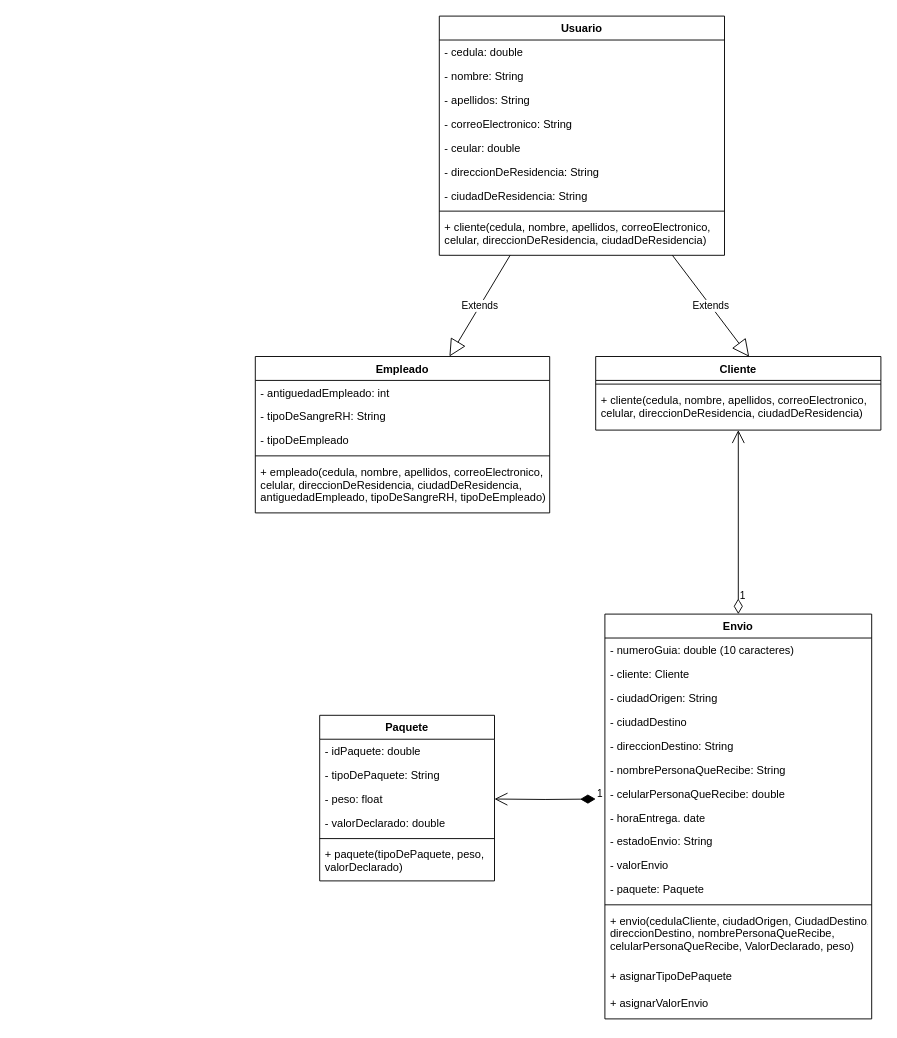
Before: src/FinalUML.drawio in dianaperezdv/FinalProjectMakaia, a draw.io diagram. Source tidied: cells renumbered, new cells numbered last; positions are measured from the earlier drawing's top-left corner, leaving out a move shared by most shapes. Both pictures are drawn from the tidied source at 92%, with x=0, y=0 at pixel (255, 16).
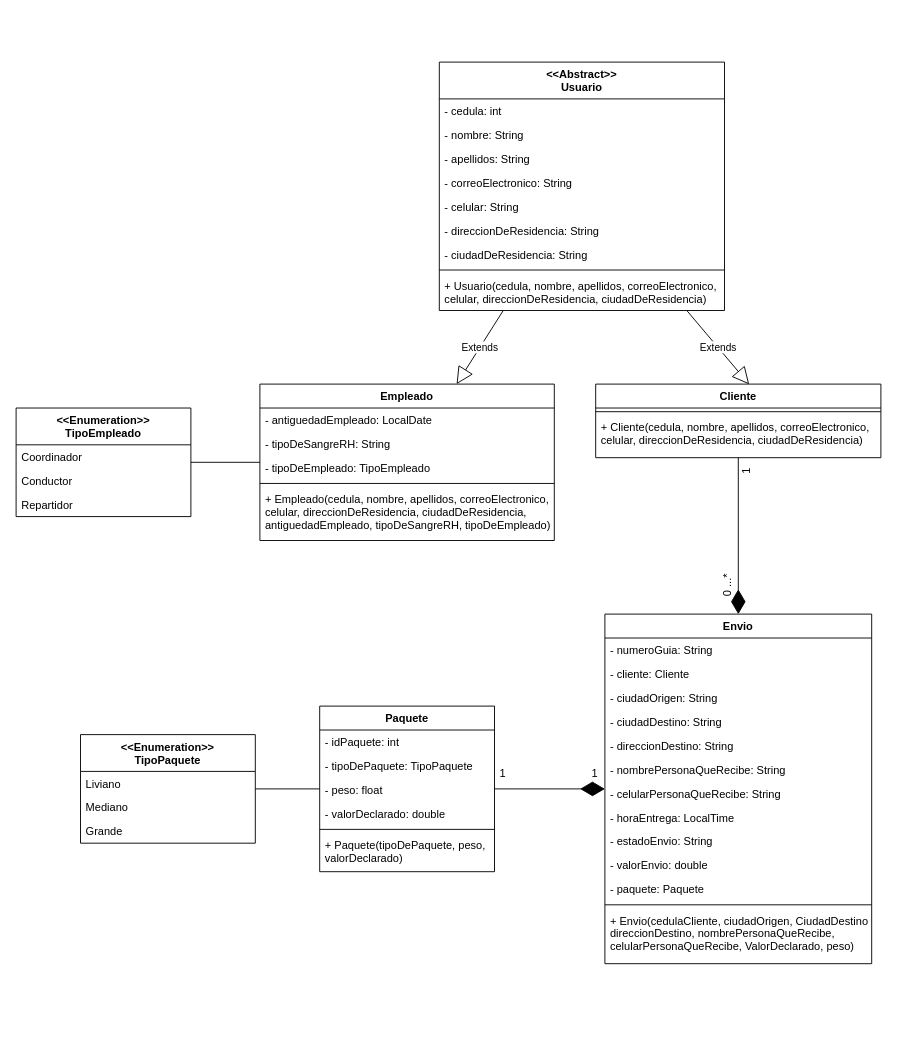
After the change.

The change refers to these unchanged cells:
```xml
<mxCell id="8" value="- peso: float" style="text;align=left;verticalAlign=top;spacingLeft=4;spacingRight=4;overflow=hidden;points=[[0,0.5],[1,0.5]];portConstraint=eastwest;rounded=0;shadow=0;html=0;" parent="5" vertex="1">
  <mxGeometry y="78" width="190" height="26" as="geometry" />
</mxCell>
```

Change to the diagram source:
```diff
@@
     <mxCell id="2" value="Cliente" style="swimlane;fontStyle=1;align=center;verticalAlign=top;horizontal=1;startSize=26;rounded=0;shadow=0;strokeWidth=1;" parent="1" vertex="1">
-      <mxGeometry x="370" y="370" width="310" height="80" as="geometry" />
+      <mxGeometry x="370" y="400" width="310" height="80" as="geometry" />
     </mxCell>
@@
-    <mxCell id="4" value="+ cliente(cedula, nombre, apellidos, correoElectronico, &#10;celular, direccionDeResidencia, ciudadDeResidencia)" style="text;align=left;verticalAlign=top;spacingLeft=4;spacingRight=4;overflow=hidden;" parent="2" vertex="1">
+    <mxCell id="4" value="+ Cliente(cedula, nombre, apellidos, correoElectronico, &#10;celular, direccionDeResidencia, ciudadDeResidencia)" style="text;align=left;verticalAlign=top;spacingLeft=4;spacingRight=4;overflow=hidden;" parent="2" vertex="1">
       <mxGeometry y="34" width="310" height="40" as="geometry" />
     </mxCell>
     <mxCell id="5" value="Paquete" style="swimlane;fontStyle=1;align=center;verticalAlign=top;horizontal=1;startSize=26;rounded=0;shadow=0;strokeWidth=1;" parent="1" vertex="1">
-      <mxGeometry x="70" y="760" width="190" height="180" as="geometry" />
+      <mxGeometry x="70" y="750" width="190" height="180" as="geometry" />
     </mxCell>
-    <mxCell id="6" value="- idPaquete: double" style="text;align=left;verticalAlign=top;spacingLeft=4;spacingRight=4;overflow=hidden;" parent="5" vertex="1">
+    <mxCell id="6" value="- idPaquete: int" style="text;align=left;verticalAlign=top;spacingLeft=4;spacingRight=4;overflow=hidden;" parent="5" vertex="1">
       <mxGeometry y="26" width="190" height="26" as="geometry" />
     </mxCell>
-    <mxCell id="7" value="- tipoDePaquete: String" style="text;align=left;verticalAlign=top;spacingLeft=4;spacingRight=4;overflow=hidden;rounded=0;shadow=0;html=0;" parent="5" vertex="1">
+    <mxCell id="7" value="- tipoDePaquete: TipoPaquete" style="text;align=left;verticalAlign=top;spacingLeft=4;spacingRight=4;overflow=hidden;rounded=0;shadow=0;html=0;" parent="5" vertex="1">
       <mxGeometry y="52" width="190" height="26" as="geometry" />
     </mxCell>
@@
-    <mxCell id="11" value="+ paquete(tipoDePaquete, peso, &#10;valorDeclarado)" style="text;align=left;verticalAlign=top;spacingLeft=4;spacingRight=4;overflow=hidden;" parent="5" vertex="1">
+    <mxCell id="11" value="+ Paquete(tipoDePaquete, peso, &#10;valorDeclarado)" style="text;align=left;verticalAlign=top;spacingLeft=4;spacingRight=4;overflow=hidden;" parent="5" vertex="1">
       <mxGeometry y="138" width="190" height="42" as="geometry" />
     </mxCell>
     <mxCell id="12" value="Empleado" style="swimlane;fontStyle=1;align=center;verticalAlign=top;horizontal=1;startSize=26;rounded=0;shadow=0;strokeWidth=1;" parent="1" vertex="1">
-      <mxGeometry y="370" width="320" height="170" as="geometry" />
+      <mxGeometry x="5" y="400" width="320" height="170" as="geometry" />
     </mxCell>
-    <mxCell id="13" value="- antiguedadEmpleado: int" style="text;align=left;verticalAlign=top;spacingLeft=4;spacingRight=4;overflow=hidden;rounded=0;shadow=0;html=0;" parent="12" vertex="1">
+    <mxCell id="13" value="- antiguedadEmpleado: LocalDate" style="text;align=left;verticalAlign=top;spacingLeft=4;spacingRight=4;overflow=hidden;rounded=0;shadow=0;html=0;" parent="12" vertex="1">
       <mxGeometry y="26" width="320" height="26" as="geometry" />
     </mxCell>
@@
-    <mxCell id="15" value="- tipoDeEmpleado" style="text;align=left;verticalAlign=top;spacingLeft=4;spacingRight=4;overflow=hidden;rounded=0;shadow=0;html=0;" parent="12" vertex="1">
+    <mxCell id="15" value="- tipoDeEmpleado: TipoEmpleado" style="text;align=left;verticalAlign=top;spacingLeft=4;spacingRight=4;overflow=hidden;rounded=0;shadow=0;html=0;" parent="12" vertex="1">
       <mxGeometry y="78" width="320" height="26" as="geometry" />
     </mxCell>
@@
-    <mxCell id="17" value="+ empleado(cedula, nombre, apellidos, correoElectronico,&#10;celular, direccionDeResidencia, ciudadDeResidencia,&#10;antiguedadEmpleado, tipoDeSangreRH, tipoDeEmpleado)" style="text;align=left;verticalAlign=top;spacingLeft=4;spacingRight=4;overflow=hidden;" parent="12" vertex="1">
+    <mxCell id="17" value="+ Empleado(cedula, nombre, apellidos, correoElectronico,&#10;celular, direccionDeResidencia, ciudadDeResidencia,&#10;antiguedadEmpleado, tipoDeSangreRH, tipoDeEmpleado)" style="text;align=left;verticalAlign=top;spacingLeft=4;spacingRight=4;overflow=hidden;" parent="12" vertex="1">
       <mxGeometry y="112" width="320" height="58" as="geometry" />
     </mxCell>
     <mxCell id="18" value="Envio" style="swimlane;fontStyle=1;align=center;verticalAlign=top;horizontal=1;startSize=26;rounded=0;shadow=0;strokeWidth=1;" parent="1" vertex="1">
-      <mxGeometry x="380" y="650" width="290" height="440" as="geometry" />
+      <mxGeometry x="380" y="650" width="290" height="380" as="geometry" />
     </mxCell>
-    <mxCell id="19" value="- numeroGuia: double (10 caracteres)" style="text;align=left;verticalAlign=top;spacingLeft=4;spacingRight=4;overflow=hidden;" parent="18" vertex="1">
+    <mxCell id="19" value="- numeroGuia: String" style="text;align=left;verticalAlign=top;spacingLeft=4;spacingRight=4;overflow=hidden;" parent="18" vertex="1">
       <mxGeometry y="26" width="290" height="26" as="geometry" />
     </mxCell>
@@
-    <mxCell id="22" value="- ciudadDestino" style="text;align=left;verticalAlign=top;spacingLeft=4;spacingRight=4;overflow=hidden;rounded=0;shadow=0;html=0;" parent="18" vertex="1">
+    <mxCell id="22" value="- ciudadDestino: String" style="text;align=left;verticalAlign=top;spacingLeft=4;spacingRight=4;overflow=hidden;rounded=0;shadow=0;html=0;" parent="18" vertex="1">
       <mxGeometry y="104" width="290" height="26" as="geometry" />
     </mxCell>
@@
-    <mxCell id="25" value="- celularPersonaQueRecibe: double" style="text;align=left;verticalAlign=top;spacingLeft=4;spacingRight=4;overflow=hidden;rounded=0;shadow=0;html=0;" parent="18" vertex="1">
+    <mxCell id="25" value="- celularPersonaQueRecibe: String" style="text;align=left;verticalAlign=top;spacingLeft=4;spacingRight=4;overflow=hidden;rounded=0;shadow=0;html=0;" parent="18" vertex="1">
       <mxGeometry y="182" width="290" height="26" as="geometry" />
     </mxCell>
-    <mxCell id="26" value="- horaEntrega. date" style="text;align=left;verticalAlign=top;spacingLeft=4;spacingRight=4;overflow=hidden;rounded=0;shadow=0;html=0;" parent="18" vertex="1">
+    <mxCell id="26" value="- horaEntrega: LocalTime" style="text;align=left;verticalAlign=top;spacingLeft=4;spacingRight=4;overflow=hidden;rounded=0;shadow=0;html=0;" parent="18" vertex="1">
       <mxGeometry y="208" width="290" height="26" as="geometry" />
     </mxCell>
@@
-    <mxCell id="28" value="- valorEnvio" style="text;align=left;verticalAlign=top;spacingLeft=4;spacingRight=4;overflow=hidden;rounded=0;shadow=0;html=0;" parent="18" vertex="1">
+    <mxCell id="28" value="- valorEnvio: double" style="text;align=left;verticalAlign=top;spacingLeft=4;spacingRight=4;overflow=hidden;rounded=0;shadow=0;html=0;" parent="18" vertex="1">
       <mxGeometry y="260" width="290" height="26" as="geometry" />
     </mxCell>
@@
-    <mxCell id="31" value="+ envio(cedulaCliente, ciudadOrigen, CiudadDestino,&#10;direccionDestino, nombrePersonaQueRecibe,&#10;celularPersonaQueRecibe, ValorDeclarado, peso)" style="text;align=left;verticalAlign=top;spacingLeft=4;spacingRight=4;overflow=hidden;" parent="18" vertex="1">
+    <mxCell id="31" value="+ Envio(cedulaCliente, ciudadOrigen, CiudadDestino,&#10;direccionDestino, nombrePersonaQueRecibe,&#10;celularPersonaQueRecibe, ValorDeclarado, peso)" style="text;align=left;verticalAlign=top;spacingLeft=4;spacingRight=4;overflow=hidden;" parent="18" vertex="1">
       <mxGeometry y="320" width="290" height="60" as="geometry" />
     </mxCell>
-    <mxCell id="32" value="+ asignarTipoDePaquete" style="text;align=left;verticalAlign=top;spacingLeft=4;spacingRight=4;overflow=hidden;" parent="18" vertex="1">
-      <mxGeometry y="380" width="290" height="30" as="geometry" />
-    </mxCell>
-    <mxCell id="33" value="+ asignarValorEnvio" style="text;align=left;verticalAlign=top;spacingLeft=4;spacingRight=4;overflow=hidden;" parent="18" vertex="1">
-      <mxGeometry y="410" width="290" height="30" as="geometry" />
-    </mxCell>
-    <mxCell id="34" value="Usuario" style="swimlane;fontStyle=1;align=center;verticalAlign=top;horizontal=1;startSize=26;rounded=0;shadow=0;strokeWidth=1;" parent="1" vertex="1">
-      <mxGeometry x="200" width="310" height="260" as="geometry" />
+    <mxCell id="34" value="&lt;&lt;Abstract&gt;&gt;&#10;Usuario" style="swimlane;fontStyle=1;align=center;verticalAlign=top;horizontal=1;startSize=40;rounded=0;shadow=0;strokeWidth=1;" parent="1" vertex="1">
+      <mxGeometry x="200" y="50" width="310" height="270" as="geometry" />
     </mxCell>
-    <mxCell id="35" value="- cedula: double" style="text;align=left;verticalAlign=top;spacingLeft=4;spacingRight=4;overflow=hidden;rounded=0;shadow=0;html=0;" parent="34" vertex="1">
-      <mxGeometry y="26" width="310" height="26" as="geometry" />
+    <mxCell id="35" value="- cedula: int" style="text;align=left;verticalAlign=top;spacingLeft=4;spacingRight=4;overflow=hidden;rounded=0;shadow=0;html=0;" parent="34" vertex="1">
+      <mxGeometry y="40" width="310" height="26" as="geometry" />
     </mxCell>
     <mxCell id="36" value="- nombre: String" style="text;align=left;verticalAlign=top;spacingLeft=4;spacingRight=4;overflow=hidden;" parent="34" vertex="1">
-      <mxGeometry y="52" width="310" height="26" as="geometry" />
+      <mxGeometry y="66" width="310" height="26" as="geometry" />
     </mxCell>
     <mxCell id="37" value="- apellidos: String" style="text;align=left;verticalAlign=top;spacingLeft=4;spacingRight=4;overflow=hidden;rounded=0;shadow=0;html=0;" parent="34" vertex="1">
-      <mxGeometry y="78" width="310" height="26" as="geometry" />
+      <mxGeometry y="92" width="310" height="26" as="geometry" />
     </mxCell>
     <mxCell id="38" value="- correoElectronico: String" style="text;align=left;verticalAlign=top;spacingLeft=4;spacingRight=4;overflow=hidden;rounded=0;shadow=0;html=0;" parent="34" vertex="1">
-      <mxGeometry y="104" width="310" height="26" as="geometry" />
+      <mxGeometry y="118" width="310" height="26" as="geometry" />
     </mxCell>
-    <mxCell id="39" value="- ceular: double" style="text;align=left;verticalAlign=top;spacingLeft=4;spacingRight=4;overflow=hidden;rounded=0;shadow=0;html=0;" parent="34" vertex="1">
-      <mxGeometry y="130" width="310" height="26" as="geometry" />
+    <mxCell id="39" value="- celular: String" style="text;align=left;verticalAlign=top;spacingLeft=4;spacingRight=4;overflow=hidden;rounded=0;shadow=0;html=0;" parent="34" vertex="1">
+      <mxGeometry y="144" width="310" height="26" as="geometry" />
     </mxCell>
     <mxCell id="40" value="- direccionDeResidencia: String" style="text;align=left;verticalAlign=top;spacingLeft=4;spacingRight=4;overflow=hidden;rounded=0;shadow=0;html=0;" parent="34" vertex="1">
-      <mxGeometry y="156" width="310" height="26" as="geometry" />
+      <mxGeometry y="170" width="310" height="26" as="geometry" />
     </mxCell>
     <mxCell id="41" value="- ciudadDeResidencia: String" style="text;align=left;verticalAlign=top;spacingLeft=4;spacingRight=4;overflow=hidden;rounded=0;shadow=0;html=0;" parent="34" vertex="1">
-      <mxGeometry y="182" width="310" height="26" as="geometry" />
+      <mxGeometry y="196" width="310" height="26" as="geometry" />
     </mxCell>
     <mxCell id="42" style="line;html=1;strokeWidth=1;align=left;verticalAlign=middle;spacingTop=-1;spacingLeft=3;spacingRight=3;labelPosition=right;" parent="34" vertex="1">
-      <mxGeometry y="208" width="310" height="8" as="geometry" />
+      <mxGeometry y="222" width="310" height="8" as="geometry" />
     </mxCell>
-    <mxCell id="43" value="+ cliente(cedula, nombre, apellidos, correoElectronico,&#10;celular, direccionDeResidencia, ciudadDeResidencia)" style="text;align=left;verticalAlign=top;spacingLeft=4;spacingRight=4;overflow=hidden;" parent="34" vertex="1">
-      <mxGeometry y="216" width="310" height="44" as="geometry" />
+    <mxCell id="43" value="+ Usuario(cedula, nombre, apellidos, correoElectronico,&#10;celular, direccionDeResidencia, ciudadDeResidencia)" style="text;align=left;verticalAlign=top;spacingLeft=4;spacingRight=4;overflow=hidden;" parent="34" vertex="1">
+      <mxGeometry y="230" width="310" height="40" as="geometry" />
     </mxCell>
@@
-    <mxCell id="46" value="1" style="endArrow=open;html=1;endSize=12;startArrow=diamondThin;startSize=14;startFill=0;edgeStyle=orthogonalEdgeStyle;align=left;verticalAlign=bottom;rounded=0;exitX=0.5;exitY=0;exitDx=0;exitDy=0;" parent="1" edge="1" source="18" target="2">
-      <mxGeometry x="-0.9" relative="1" as="geometry">
-        <mxPoint y="-1" as="offset" />
-      </mxGeometry>
-    </mxCell>
-    <mxCell id="47" value="1" style="endArrow=open;html=1;endSize=12;startArrow=diamondThin;startSize=14;startFill=1;edgeStyle=orthogonalEdgeStyle;align=left;verticalAlign=bottom;rounded=0;entryX=1;entryY=0.5;entryDx=0;entryDy=0;" parent="1" edge="1" target="8">
-      <mxGeometry x="-1" y="3" relative="1" as="geometry">
-        <mxPoint x="370" y="851" as="sourcePoint" />
-      </mxGeometry>
-    </mxCell>
+    <mxCell id="48" style="endArrow=diamondThin;endFill=1;endSize=24;html=1;rounded=0;exitX=0.5;exitY=1;exitDx=0;exitDy=0;entryX=0.5;entryY=0;entryDx=0;entryDy=0;" parent="1" edge="1" source="2" target="18">
+      <mxGeometry relative="1" as="geometry" />
+    </mxCell>
+    <mxCell id="49" value="1" style="text;align=left;verticalAlign=top;spacingLeft=4;spacingRight=4;overflow=hidden;rounded=0;shadow=0;html=0;horizontal=0;" parent="1" vertex="1">
+      <mxGeometry x="520" y="467" width="30" height="36" as="geometry" />
+    </mxCell>
+    <mxCell id="50" value="0 ...*" style="text;align=left;verticalAlign=top;spacingLeft=4;spacingRight=4;overflow=hidden;rounded=0;shadow=0;html=0;horizontal=0;" parent="1" vertex="1">
+      <mxGeometry x="500" y="600" width="30" height="36" as="geometry" />
+    </mxCell>
+    <mxCell id="51" value="1" style="text;align=left;verticalAlign=top;spacingLeft=4;spacingRight=4;overflow=hidden;rounded=0;shadow=0;html=0;horizontal=1;" parent="1" vertex="1">
+      <mxGeometry x="360" y="810" width="30" height="36" as="geometry" />
+    </mxCell>
+    <mxCell id="52" style="endArrow=diamondThin;endFill=1;endSize=24;html=1;rounded=0;" parent="1" edge="1" source="5" target="18">
+      <mxGeometry relative="1" as="geometry" />
+    </mxCell>
+    <mxCell id="53" value="1" style="text;align=left;verticalAlign=top;spacingLeft=4;spacingRight=4;overflow=hidden;rounded=0;shadow=0;html=0;horizontal=1;" parent="1" vertex="1">
+      <mxGeometry x="260" y="810" width="30" height="36" as="geometry" />
+    </mxCell>
+    <mxCell id="54" value="&lt;&lt;Enumeration&gt;&gt;&#10;TipoPaquete" style="swimlane;fontStyle=1;align=center;verticalAlign=top;horizontal=1;startSize=40;rounded=0;shadow=0;strokeWidth=1;" parent="1" vertex="1">
+      <mxGeometry x="-190" y="781" width="190" height="118" as="geometry" />
+    </mxCell>
+    <mxCell id="55" value="Liviano" style="text;align=left;verticalAlign=top;spacingLeft=4;spacingRight=4;overflow=hidden;" parent="54" vertex="1">
+      <mxGeometry y="40" width="190" height="26" as="geometry" />
+    </mxCell>
+    <mxCell id="56" value="Mediano" style="text;align=left;verticalAlign=top;spacingLeft=4;spacingRight=4;overflow=hidden;rounded=0;shadow=0;html=0;" parent="54" vertex="1">
+      <mxGeometry y="66" width="190" height="26" as="geometry" />
+    </mxCell>
+    <mxCell id="57" value="Grande" style="text;align=left;verticalAlign=top;spacingLeft=4;spacingRight=4;overflow=hidden;rounded=0;shadow=0;html=0;" parent="54" vertex="1">
+      <mxGeometry y="92" width="190" height="26" as="geometry" />
+    </mxCell>
+    <mxCell id="58" value="&lt;&lt;Enumeration&gt;&gt;&#10;TipoEmpleado" style="swimlane;fontStyle=1;align=center;verticalAlign=top;horizontal=1;startSize=40;rounded=0;shadow=0;strokeWidth=1;" parent="1" vertex="1">
+      <mxGeometry x="-260" y="426" width="190" height="118" as="geometry" />
+    </mxCell>
+    <mxCell id="59" value="Coordinador" style="text;align=left;verticalAlign=top;spacingLeft=4;spacingRight=4;overflow=hidden;rounded=0;shadow=0;html=0;" parent="58" vertex="1">
+      <mxGeometry y="40" width="190" height="26" as="geometry" />
+    </mxCell>
+    <mxCell id="60" value="Conductor" style="text;align=left;verticalAlign=top;spacingLeft=4;spacingRight=4;overflow=hidden;" parent="58" vertex="1">
+      <mxGeometry y="66" width="190" height="26" as="geometry" />
+    </mxCell>
+    <mxCell id="61" value="Repartidor" style="text;align=left;verticalAlign=top;spacingLeft=4;spacingRight=4;overflow=hidden;rounded=0;shadow=0;html=0;" parent="58" vertex="1">
+      <mxGeometry y="92" width="190" height="26" as="geometry" />
+    </mxCell>
+    <mxCell id="62" style="endArrow=none;html=1;edgeStyle=orthogonalEdgeStyle;rounded=0;" parent="1" edge="1" source="54" target="5">
+      <mxGeometry relative="1" as="geometry" />
+    </mxCell>
+    <mxCell id="63" style="endArrow=none;html=1;edgeStyle=orthogonalEdgeStyle;rounded=0;" parent="1" edge="1" source="58" target="12">
+      <mxGeometry relative="1" as="geometry" />
+    </mxCell>
```
